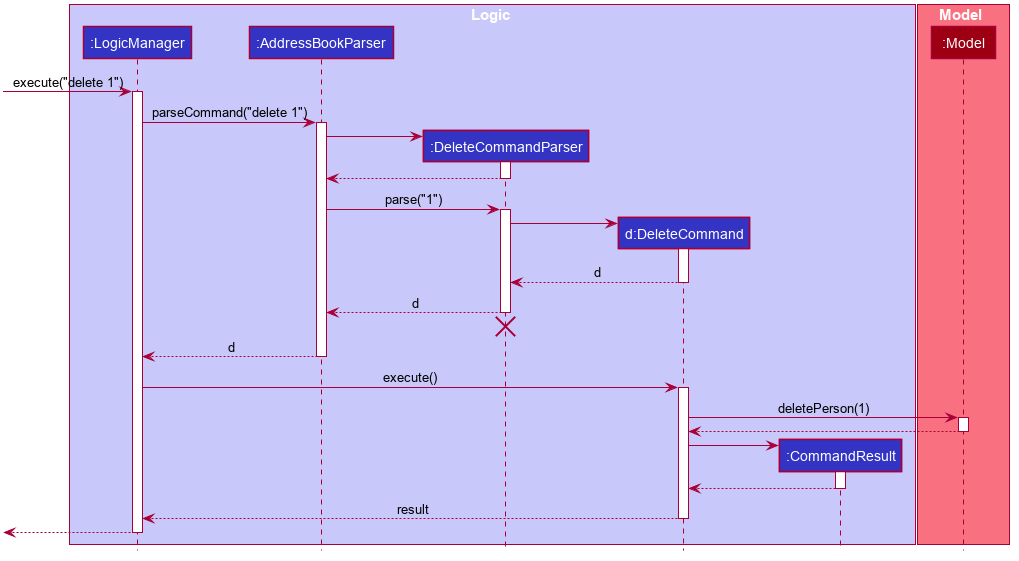
Above: docs/images/DeleteSequenceDiagram.png in nus-cs2103-AY2223S2/tp (PlantUML), before the change. Source of this version:
```plantuml
@startuml








skinparam BackgroundColor #FFFFFFF

skinparam Shadowing false

skinparam Class {
    FontColor #FFFFFF
    BorderThickness 1
    BorderColor #FFFFFF
    StereotypeFontColor #FFFFFF
    FontName Arial
}

skinparam Actor {
    BorderColor #000000
    Color #000000
    FontName Arial
}

skinparam Sequence {
    MessageAlign center
    BoxFontSize 15
    BoxPadding 0
    BoxFontColor #FFFFFF
    FontName Arial
}

skinparam Participant {
    FontColor #FFFFFFF
    Padding 20
}

skinparam MinClassWidth 50
skinparam ParticipantPadding 10
skinparam Shadowing false
skinparam DefaultTextAlignment center
skinparam packageStyle Rectangle

hide footbox
hide members
hide circle

box Logic #C8C8FA
participant ":LogicManager" as LogicManager #3333C4
participant ":AddressBookParser" as AddressBookParser #3333C4
participant ":DeleteCommandParser" as DeleteCommandParser #3333C4
participant "d:DeleteCommand" as DeleteCommand #3333C4
participant ":CommandResult" as CommandResult #3333C4
end box

box Model #F97181
participant ":Model" as Model #9D0012
end box

[-> LogicManager : execute("delete 1")
activate LogicManager

LogicManager -> AddressBookParser : parseCommand("delete 1")
activate AddressBookParser

create DeleteCommandParser
AddressBookParser -> DeleteCommandParser
activate DeleteCommandParser

DeleteCommandParser --> AddressBookParser
deactivate DeleteCommandParser

AddressBookParser -> DeleteCommandParser : parse("1")
activate DeleteCommandParser

create DeleteCommand
DeleteCommandParser -> DeleteCommand
activate DeleteCommand

DeleteCommand --> DeleteCommandParser : d
deactivate DeleteCommand

DeleteCommandParser --> AddressBookParser : d
deactivate DeleteCommandParser
DeleteCommandParser -[hidden]-> AddressBookParser
destroy DeleteCommandParser

AddressBookParser --> LogicManager : d
deactivate AddressBookParser

LogicManager -> DeleteCommand : execute()
activate DeleteCommand

DeleteCommand -> Model : deletePerson(1)
activate Model

Model --> DeleteCommand
deactivate Model

create CommandResult
DeleteCommand -> CommandResult
activate CommandResult

CommandResult --> DeleteCommand
deactivate CommandResult

DeleteCommand --> LogicManager : result
deactivate DeleteCommand

[<--LogicManager
deactivate LogicManager
@enduml
```
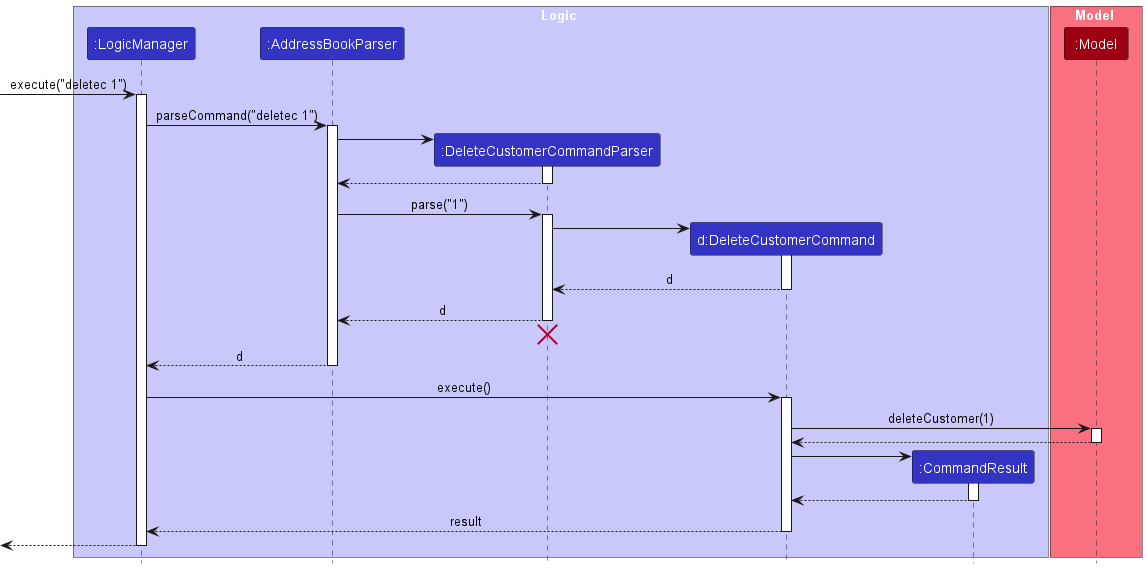
Above is the later version.

Commit message:
chore: Update Logic section and user stories in DG

Diff of the diagram source:
```diff
@@ -1,114 +1,67 @@
 @startuml
+!include style.puml
 
-
-
-
-
-
-
-
-skinparam BackgroundColor #FFFFFFF
-
-skinparam Shadowing false
-
-skinparam Class {
-    FontColor #FFFFFF
-    BorderThickness 1
-    BorderColor #FFFFFF
-    StereotypeFontColor #FFFFFF
-    FontName Arial
-}
-
-skinparam Actor {
-    BorderColor #000000
-    Color #000000
-    FontName Arial
-}
-
-skinparam Sequence {
-    MessageAlign center
-    BoxFontSize 15
-    BoxPadding 0
-    BoxFontColor #FFFFFF
-    FontName Arial
-}
-
-skinparam Participant {
-    FontColor #FFFFFFF
-    Padding 20
-}
-
-skinparam MinClassWidth 50
-skinparam ParticipantPadding 10
-skinparam Shadowing false
-skinparam DefaultTextAlignment center
-skinparam packageStyle Rectangle
-
-hide footbox
-hide members
-hide circle
-
-box Logic #C8C8FA
-participant ":LogicManager" as LogicManager #3333C4
-participant ":AddressBookParser" as AddressBookParser #3333C4
-participant ":DeleteCommandParser" as DeleteCommandParser #3333C4
-participant "d:DeleteCommand" as DeleteCommand #3333C4
-participant ":CommandResult" as CommandResult #3333C4
+box Logic LOGIC_COLOR_T1
+participant ":LogicManager" as LogicManager LOGIC_COLOR
+participant ":AddressBookParser" as AddressBookParser LOGIC_COLOR
+participant ":DeleteCustomerCommandParser" as DeleteCustomerCommandParser LOGIC_COLOR
+participant "d:DeleteCustomerCommand" as DeleteCustomerCommand LOGIC_COLOR
+participant ":CommandResult" as CommandResult LOGIC_COLOR
 end box
 
-box Model #F97181
-participant ":Model" as Model #9D0012
+box Model MODEL_COLOR_T1
+participant ":Model" as Model MODEL_COLOR
 end box
 
-[-> LogicManager : execute("delete 1")
+[-> LogicManager : execute("deletec 1")
 activate LogicManager
 
-LogicManager -> AddressBookParser : parseCommand("delete 1")
+LogicManager -> AddressBookParser : parseCommand("deletec 1")
 activate AddressBookParser
 
-create DeleteCommandParser
-AddressBookParser -> DeleteCommandParser
-activate DeleteCommandParser
+create DeleteCustomerCommandParser
+AddressBookParser -> DeleteCustomerCommandParser
+activate DeleteCustomerCommandParser
 
-DeleteCommandParser --> AddressBookParser
-deactivate DeleteCommandParser
+DeleteCustomerCommandParser --> AddressBookParser
+deactivate DeleteCustomerCommandParser
 
-AddressBookParser -> DeleteCommandParser : parse("1")
-activate DeleteCommandParser
+AddressBookParser -> DeleteCustomerCommandParser : parse("1")
+activate DeleteCustomerCommandParser
 
-create DeleteCommand
-DeleteCommandParser -> DeleteCommand
-activate DeleteCommand
+create DeleteCustomerCommand
+DeleteCustomerCommandParser -> DeleteCustomerCommand
+activate DeleteCustomerCommand
 
-DeleteCommand --> DeleteCommandParser : d
-deactivate DeleteCommand
+DeleteCustomerCommand --> DeleteCustomerCommandParser : d
+deactivate DeleteCustomerCommand
 
-DeleteCommandParser --> AddressBookParser : d
-deactivate DeleteCommandParser
-DeleteCommandParser -[hidden]-> AddressBookParser
-destroy DeleteCommandParser
+DeleteCustomerCommandParser --> AddressBookParser : d
+deactivate DeleteCustomerCommandParser
+DeleteCustomerCommandParser -[hidden]-> AddressBookParser
+destroy DeleteCustomerCommandParser
 
 AddressBookParser --> LogicManager : d
 deactivate AddressBookParser
 
-LogicManager -> DeleteCommand : execute()
-activate DeleteCommand
+LogicManager -> DeleteCustomerCommand : execute()
+activate DeleteCustomerCommand
 
-DeleteCommand -> Model : deletePerson(1)
+DeleteCustomerCommand -> Model : deleteCustomer(1)
 activate Model
 
-Model --> DeleteCommand
+Model --> DeleteCustomerCommand
 deactivate Model
 
 create CommandResult
-DeleteCommand -> CommandResult
+DeleteCustomerCommand -> CommandResult
 activate CommandResult
 
-CommandResult --> DeleteCommand
+CommandResult --> DeleteCustomerCommand
 deactivate CommandResult
 
-DeleteCommand --> LogicManager : result
-deactivate DeleteCommand
+DeleteCustomerCommand --> LogicManager : result
+deactivate DeleteCustomerCommand
 
 [<--LogicManager
 deactivate LogicManager
```
